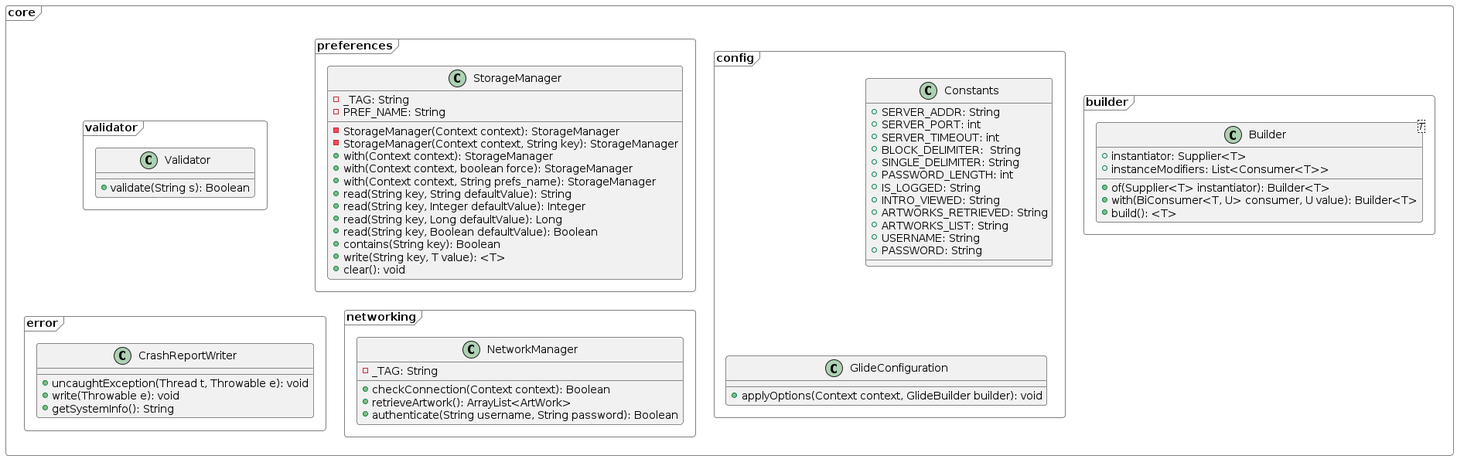
The PlantUML diagram documentation/doc/content/img/core.png in luftmensch-luftmensch/InfoPoint, before a commit. Its diagram source:
```plantuml
@startuml core
!theme vibrant

skinparam defaultTextAlignment center
skinparam FrameBackgroundColor white
skinparam FrameBorderColor gray

frame core {
  frame builder {
    class Builder<T> {
      + {field} instantiator: Supplier<T>
      + {field} instanceModifiers: List<Consumer<T>>
      + {method} of(Supplier<T> instantiator): Builder<T>
      + {method} with(BiConsumer<T, U> consumer, U value): Builder<T>
      + {method} build(): <T>
    }
  }

  frame config {
    class Constants {
      + {field} SERVER_ADDR: String
      + {field} SERVER_PORT: int
      + {field} SERVER_TIMEOUT: int
      + {field} BLOCK_DELIMITER:  String
      + {field} SINGLE_DELIMITER: String
      + {field} PASSWORD_LENGTH: int
      + {field} IS_LOGGED: String
      + {field} INTRO_VIEWED: String
      + {field} ARTWORKS_RETRIEVED: String
      + {field} ARTWORKS_LIST: String
      + {field} USERNAME: String
      + {field} PASSWORD: String
    }

    class GlideConfiguration extends AppGlideModule {
      + {method} applyOptions(Context context, GlideBuilder builder): void
    }
  }

  frame error {
    class CrashReportWriter {
      + {method} uncaughtException(Thread t, Throwable e): void
      + {method} write(Throwable e): void
      + {method} getSystemInfo(): String
    }
  }

  frame networking {
    class NetworkManager {
      - {field} _TAG: String
      + {method} checkConnection(Context context): Boolean
      + {method} retrieveArtwork(): ArrayList<ArtWork>
      + {method} authenticate(String username, String password): Boolean
    }
  }

  frame preferences {
    class StorageManager {
	- {field} _TAG: String
	- {field} PREF_NAME: String
	- {method} StorageManager(Context context): StorageManager
	- {method} StorageManager(Context context, String key): StorageManager
	+ {method} with(Context context): StorageManager
	+ {method} with(Context context, boolean force): StorageManager
	+ {method} with(Context context, String prefs_name): StorageManager
	+ {method} read(String key, String defaultValue): String
	+ {method} read(String key, Integer defaultValue): Integer
	+ {method} read(String key, Long defaultValue): Long
	+ {method} read(String key, Boolean defaultValue): Boolean
	+ {method} contains(String key): Boolean
	+ {method} write(String key, T value): <T>
	+ {method} clear(): void
    }
  }

  frame validator {
    class Validator {
      + validate(String s): Boolean
    }
  }


 StorageManager -d[hidden]-> NetworkManager
 NetworkManager -u[hidden]-> StorageManager

 Validator -d[hidden]-> CrashReportWriter
 CrashReportWriter -u[hidden]-> Validator
}
hide AppGlideModule

@enduml
```
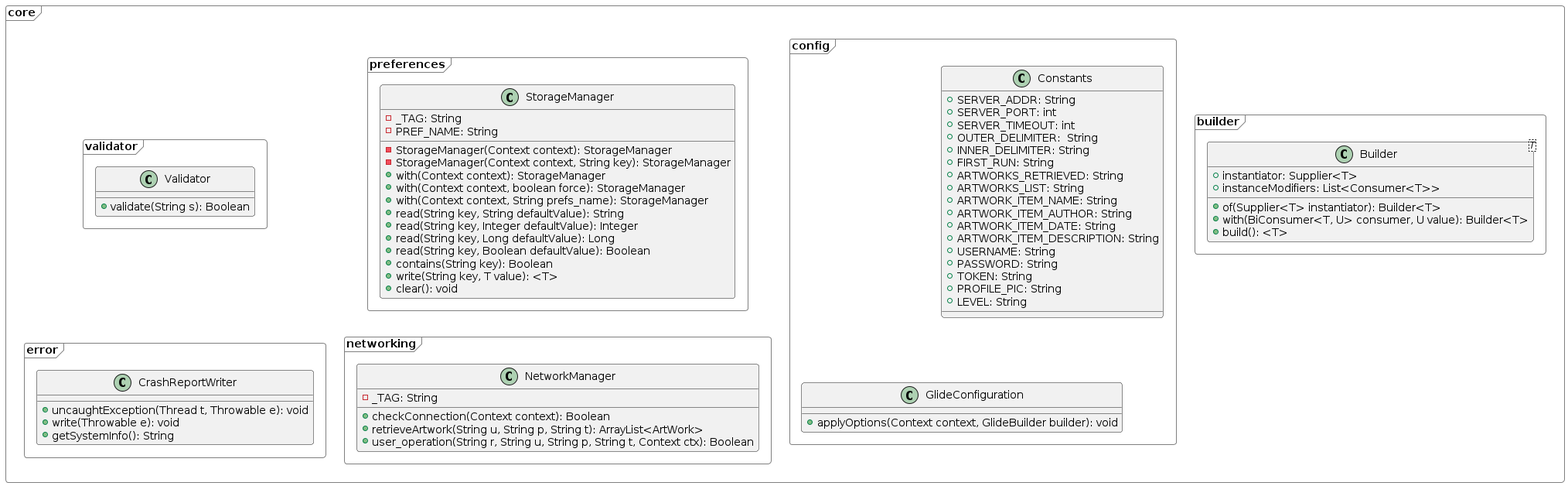
The same diagram one commit later.

Change to the diagram source:
```diff
@@ -21,15 +21,20 @@
       + {field} SERVER_ADDR: String
       + {field} SERVER_PORT: int
       + {field} SERVER_TIMEOUT: int
-      + {field} BLOCK_DELIMITER:  String
-      + {field} SINGLE_DELIMITER: String
-      + {field} PASSWORD_LENGTH: int
-      + {field} IS_LOGGED: String
-      + {field} INTRO_VIEWED: String
+      + {field} OUTER_DELIMITER:  String
+      + {field} INNER_DELIMITER: String
+      + {field} FIRST_RUN: String
       + {field} ARTWORKS_RETRIEVED: String
       + {field} ARTWORKS_LIST: String
+      + {field} ARTWORK_ITEM_NAME: String
+      + {field} ARTWORK_ITEM_AUTHOR: String
+      + {field} ARTWORK_ITEM_DATE: String
+      + {field} ARTWORK_ITEM_DESCRIPTION: String
       + {field} USERNAME: String
       + {field} PASSWORD: String
+      + {field} TOKEN: String
+      + {field} PROFILE_PIC: String
+      + {field} LEVEL: String
     }
 
     class GlideConfiguration extends AppGlideModule {
@@ -49,8 +54,8 @@
     class NetworkManager {
       - {field} _TAG: String
       + {method} checkConnection(Context context): Boolean
-      + {method} retrieveArtwork(): ArrayList<ArtWork>
-      + {method} authenticate(String username, String password): Boolean
+      + {method} retrieveArtwork(String u, String p, String t): ArrayList<ArtWork>
+      + {method} user_operation(String r, String u, String p, String t, Context ctx): Boolean
     }
   }
 
@@ -75,7 +80,7 @@
 
   frame validator {
     class Validator {
-      + validate(String s): Boolean
+      + {method} validate(String s): Boolean
     }
   }
 
```
